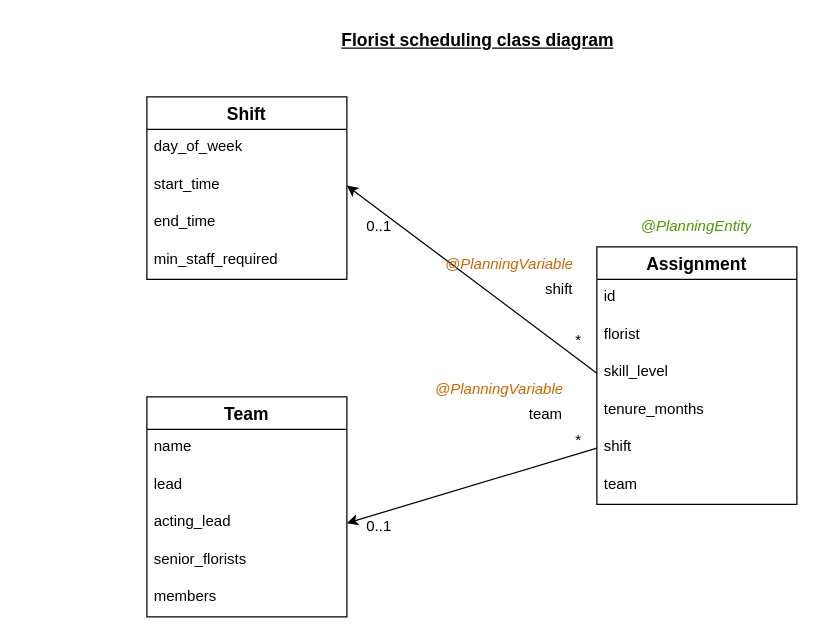
yewshanooi-tech/scheduling keeps this draw.io diagram as diagram.drawio. Above is the earlier version. Source tidied: cells renumbered, new cells numbered last; positions are measured from the earlier drawing's top-left corner, leaving out a move shared by most shapes. Both pictures are drawn from the tidied source at 125%, with x=0, y=0 at pixel (146, 21).
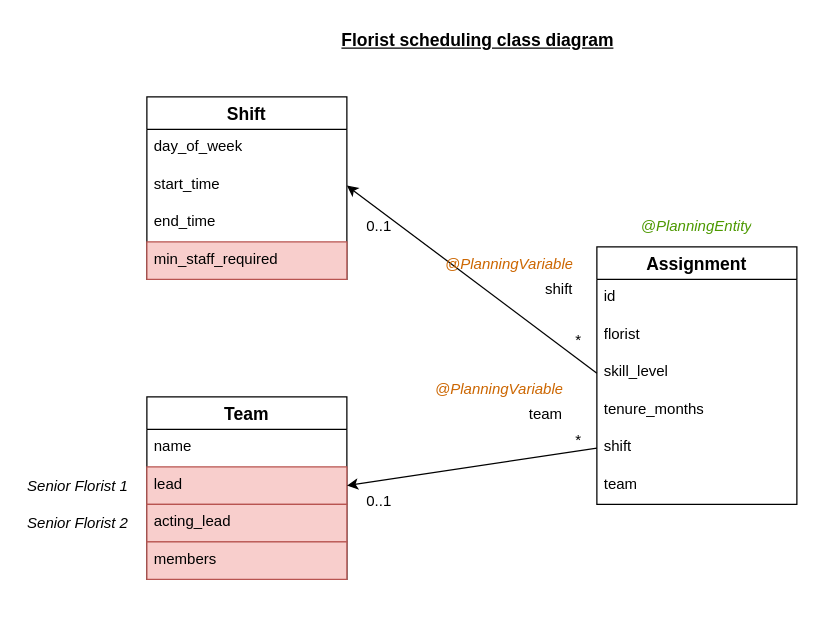
After the change.

Commit message (it also covers changes not shown here):
feat: added tenure_months attribute to Assignment class

The change refers to these unchanged cells:
```xml
<mxCell id="2" value="Assignment" style="swimlane;fontStyle=1;horizontal=1;startSize=26;align=center;fontSize=14;" parent="1" vertex="1">
  <mxGeometry x="360" y="180" width="160" height="206" as="geometry" />
</mxCell>
<mxCell id="7" value="shift" style="text;strokeColor=none;fillColor=none;spacingLeft=4;spacingRight=4;overflow=hidden;points=[[0,0.5],[1,0.5]];portConstraint=eastwest;fontSize=12;whiteSpace=wrap;html=1;" parent="2" vertex="1">
  <mxGeometry y="146" width="160" height="30" as="geometry" />
</mxCell>
<mxCell id="9" value="Shift" style="swimlane;fontStyle=1;horizontal=1;startSize=26;align=center;fontSize=14;" parent="1" vertex="1">
  <mxGeometry y="60" width="160" height="146" as="geometry" />
</mxCell>
```

What changed in the source:
```diff
@@
-    <mxCell id="5" value="skill_level" style="text;strokeColor=none;fillColor=none;spacingLeft=4;spacingRight=4;overflow=hidden;points=[[0,0.5],[1,0.5]];portConstraint=eastwest;fontSize=12;whiteSpace=wrap;html=1;" parent="2" vertex="1">
+    <mxCell id="5" value="skill_level" style="text;spacingLeft=4;spacingRight=4;overflow=hidden;points=[[0,0.5],[1,0.5]];portConstraint=eastwest;fontSize=12;whiteSpace=wrap;html=1;" parent="2" vertex="1">
       <mxGeometry y="86" width="160" height="30" as="geometry" />
     </mxCell>
-    <mxCell id="6" value="tenure_months" style="text;strokeColor=none;fillColor=none;spacingLeft=4;spacingRight=4;overflow=hidden;fontSize=12;whiteSpace=wrap;html=1;" parent="2" vertex="1">
+    <mxCell id="6" value="tenure_months" style="text;spacingLeft=4;spacingRight=4;overflow=hidden;fontSize=12;whiteSpace=wrap;html=1;" parent="2" vertex="1">
       <mxGeometry y="116" width="160" height="30" as="geometry" />
     </mxCell>
@@
-    <mxCell id="13" value="min_staff_required" style="text;strokeColor=none;fillColor=none;spacingLeft=4;spacingRight=4;overflow=hidden;fontSize=12;whiteSpace=wrap;html=1;" parent="9" vertex="1">
+    <mxCell id="13" value="min_staff_required" style="text;strokeColor=#b85450;fillColor=#f8cecc;spacingLeft=4;spacingRight=4;overflow=hidden;fontSize=12;whiteSpace=wrap;html=1;" parent="9" vertex="1">
       <mxGeometry y="116" width="160" height="30" as="geometry" />
     </mxCell>
     <mxCell id="14" value="Team" style="swimlane;fontStyle=1;horizontal=1;startSize=26;align=center;fontSize=14;" parent="1" vertex="1">
-      <mxGeometry y="300" width="160" height="176" as="geometry" />
+      <mxGeometry y="300" width="160" height="146" as="geometry" />
     </mxCell>
@@
-    <mxCell id="16" value="lead" style="text;strokeColor=none;fillColor=none;spacingLeft=4;spacingRight=4;overflow=hidden;points=[[0,0.5],[1,0.5]];portConstraint=eastwest;fontSize=12;whiteSpace=wrap;html=1;" parent="14" vertex="1">
+    <mxCell id="16" value="lead" style="text;strokeColor=#b85450;fillColor=#f8cecc;spacingLeft=4;spacingRight=4;overflow=hidden;points=[[0,0.5],[1,0.5]];portConstraint=eastwest;fontSize=12;whiteSpace=wrap;html=1;" parent="14" vertex="1">
       <mxGeometry y="56" width="160" height="30" as="geometry" />
     </mxCell>
-    <mxCell id="17" value="acting_lead" style="text;strokeColor=none;fillColor=none;spacingLeft=4;spacingRight=4;overflow=hidden;points=[[0,0.5],[1,0.5]];portConstraint=eastwest;fontSize=12;whiteSpace=wrap;html=1;" parent="14" vertex="1">
+    <mxCell id="17" value="acting_lead" style="text;strokeColor=#b85450;fillColor=#f8cecc;spacingLeft=4;spacingRight=4;overflow=hidden;points=[[0,0.5],[1,0.5]];portConstraint=eastwest;fontSize=12;whiteSpace=wrap;html=1;" parent="14" vertex="1">
       <mxGeometry y="86" width="160" height="30" as="geometry" />
     </mxCell>
-    <mxCell id="18" value="senior_florists" style="text;strokeColor=none;fillColor=none;spacingLeft=4;spacingRight=4;overflow=hidden;fontSize=12;whiteSpace=wrap;html=1;" parent="14" vertex="1">
-      <mxGeometry y="116" width="160" height="30" as="geometry" />
-    </mxCell>
-    <mxCell id="19" value="members" style="text;strokeColor=none;fillColor=none;spacingLeft=4;spacingRight=4;overflow=hidden;fontSize=12;whiteSpace=wrap;html=1;" parent="14" vertex="1">
-      <mxGeometry y="146" width="160" height="30" as="geometry" />
+    <mxCell id="19" value="members" style="text;strokeColor=#b85450;fillColor=#f8cecc;spacingLeft=4;spacingRight=4;overflow=hidden;fontSize=12;whiteSpace=wrap;html=1;" parent="14" vertex="1">
+      <mxGeometry y="116" width="160" height="30" as="geometry" />
     </mxCell>
@@
-    <mxCell id="21" style="edgeStyle=none;html=1;exitX=0;exitY=0.5;exitDx=0;exitDy=0;entryX=1;entryY=0.5;entryDx=0;entryDy=0;" parent="1" edge="1" source="7" target="17">
+    <mxCell id="21" style="edgeStyle=none;html=1;exitX=0;exitY=0.5;exitDx=0;exitDy=0;entryX=1;entryY=0.5;entryDx=0;entryDy=0;" parent="1" edge="1" source="7" target="16">
       <mxGeometry relative="1" as="geometry" />
     </mxCell>
@@
     <mxCell id="26" value="0..1" style="text;strokeColor=none;fillColor=none;spacingLeft=4;spacingRight=4;overflow=hidden;fontSize=12;whiteSpace=wrap;html=1;" parent="1" vertex="1">
-      <mxGeometry x="170" y="390" width="40" height="30" as="geometry" />
+      <mxGeometry x="170" y="370" width="40" height="30" as="geometry" />
     </mxCell>
@@
+    <mxCell id="32" value="Senior Florist 1" style="text;html=1;align=center;verticalAlign=middle;whiteSpace=wrap;rounded=0;fontStyle=2;" parent="1" vertex="1">
+      <mxGeometry x="-100" y="360" width="90" height="24" as="geometry" />
+    </mxCell>
+    <mxCell id="33" value="Senior Florist 2" style="text;html=1;align=center;verticalAlign=middle;whiteSpace=wrap;rounded=0;fontStyle=2;" parent="1" vertex="1">
+      <mxGeometry x="-100" y="390" width="90" height="22" as="geometry" />
+    </mxCell>
```
